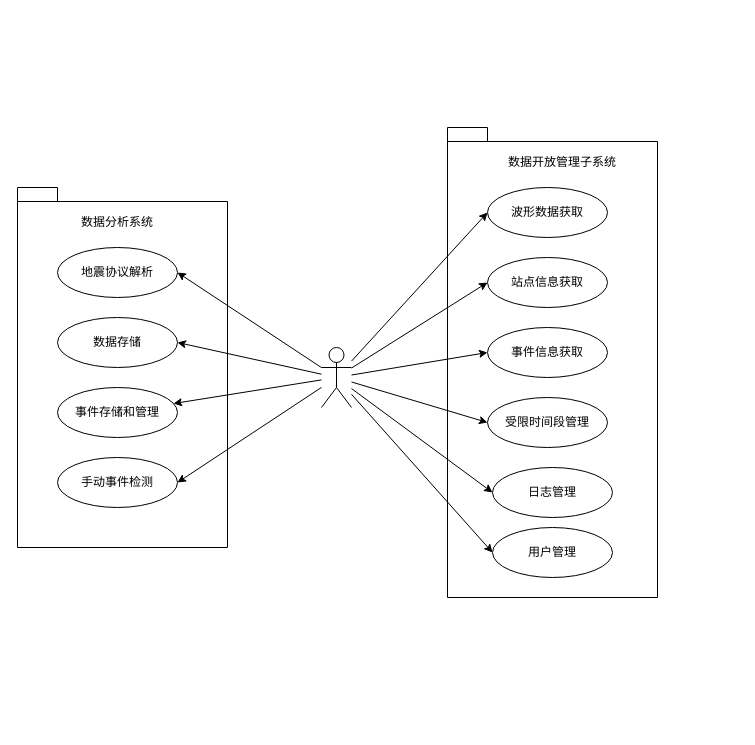
This is 管理系统/总体需求用例图.drawio from Diend-7/-, a draw.io file, before an edit. Source tidied: cells renumbered, new cells numbered last; positions are measured from the earlier drawing's top-left corner, leaving out a move shared by most shapes. Both pictures are drawn from the tidied source at 100%, with x=0, y=0 at pixel (17, 127).
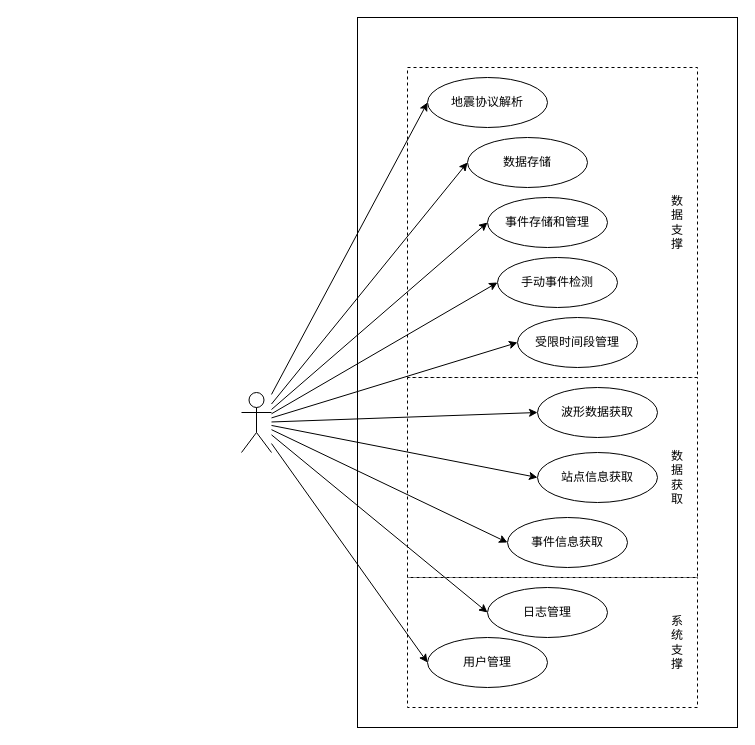
Above is the later version.

Commit message:
更新总体需求用例图.drawio

Change to the diagram source:
```diff
@@
-    <mxCell id="2" style="shape=folder;fontStyle=1;spacingTop=10;tabWidth=40;tabHeight=14;tabPosition=left;html=1;whiteSpace=wrap;" parent="1" vertex="1">
-      <mxGeometry x="430" width="210" height="470" as="geometry" />
-    </mxCell>
-    <mxCell id="3" style="shape=folder;fontStyle=1;spacingTop=10;tabWidth=40;tabHeight=14;tabPosition=left;html=1;whiteSpace=wrap;" parent="1" vertex="1">
-      <mxGeometry y="60" width="210" height="360" as="geometry" />
-    </mxCell>
+    <mxCell id="27" style="rounded=0;whiteSpace=wrap;html=1;" parent="1" vertex="1">
+      <mxGeometry x="340" y="-110" width="380" height="710" as="geometry" />
+    </mxCell>
+    <mxCell id="28" style="rounded=0;whiteSpace=wrap;html=1;dashed=1;" parent="1" vertex="1">
+      <mxGeometry x="390" y="450" width="290" height="130" as="geometry" />
+    </mxCell>
+    <mxCell id="29" style="rounded=0;whiteSpace=wrap;html=1;dashed=1;" parent="1" vertex="1">
+      <mxGeometry x="390" y="250" width="290" height="200" as="geometry" />
+    </mxCell>
+    <mxCell id="30" style="rounded=0;whiteSpace=wrap;html=1;dashed=1;" parent="1" vertex="1">
+      <mxGeometry x="390" y="-60" width="290" height="310" as="geometry" />
+    </mxCell>
+    <mxCell id="8" style="rounded=0;jettySize=auto;html=1;entryX=0;entryY=0.5;entryDx=0;entryDy=0;" parent="1" edge="1" source="14" target="20">
+      <mxGeometry relative="1" as="geometry" />
+    </mxCell>
+    <mxCell id="9" style="rounded=0;jettySize=auto;html=1;entryX=0;entryY=0.5;entryDx=0;entryDy=0;" parent="1" edge="1" source="14" target="21">
+      <mxGeometry relative="1" as="geometry" />
+    </mxCell>
+    <mxCell id="10" style="rounded=0;jettySize=auto;html=1;entryX=0;entryY=0.5;entryDx=0;entryDy=0;" parent="1" edge="1" source="14" target="23">
+      <mxGeometry relative="1" as="geometry" />
+    </mxCell>
+    <mxCell id="12" style="rounded=0;jettySize=auto;html=1;entryX=0;entryY=0.5;entryDx=0;entryDy=0;" parent="1" edge="1" source="14" target="25">
+      <mxGeometry relative="1" as="geometry" />
+    </mxCell>
-    <mxCell id="4" style="rounded=0;jettySize=auto;html=1;entryX=1;entryY=0.5;entryDx=0;entryDy=0;" parent="1" edge="1" source="14" target="15">
+    <mxCell id="4" style="rounded=0;jettySize=auto;html=1;entryX=0;entryY=0.5;entryDx=0;entryDy=0;" parent="1" edge="1" source="14" target="15">
       <mxGeometry relative="1" as="geometry" />
     </mxCell>
-    <mxCell id="5" style="rounded=0;jettySize=auto;html=1;entryX=1;entryY=0.5;entryDx=0;entryDy=0;" parent="1" edge="1" source="14" target="16">
+    <mxCell id="5" style="rounded=0;jettySize=auto;html=1;entryX=0;entryY=0.5;entryDx=0;entryDy=0;" parent="1" edge="1" source="14" target="16">
       <mxGeometry relative="1" as="geometry" />
     </mxCell>
-    <mxCell id="6" style="rounded=0;jettySize=auto;html=1;" parent="1" edge="1" source="14" target="18">
+    <mxCell id="6" style="rounded=0;jettySize=auto;html=1;entryX=0;entryY=0.5;entryDx=0;entryDy=0;" parent="1" edge="1" source="14" target="18">
       <mxGeometry relative="1" as="geometry" />
     </mxCell>
-    <mxCell id="7" style="rounded=0;jettySize=auto;html=1;entryX=1;entryY=0.5;entryDx=0;entryDy=0;" parent="1" edge="1" source="14" target="19">
+    <mxCell id="7" style="rounded=0;jettySize=auto;html=1;entryX=0;entryY=0.5;entryDx=0;entryDy=0;" parent="1" edge="1" source="14" target="19">
       <mxGeometry relative="1" as="geometry" />
     </mxCell>
-    <mxCell id="8" style="rounded=0;jettySize=auto;html=1;entryX=0;entryY=0.5;entryDx=0;entryDy=0;" parent="1" edge="1" source="14" target="20">
-      <mxGeometry relative="1" as="geometry" />
-    </mxCell>
-    <mxCell id="9" style="rounded=0;jettySize=auto;html=1;entryX=0;entryY=0.5;entryDx=0;entryDy=0;" parent="1" edge="1" source="14" target="21">
-      <mxGeometry relative="1" as="geometry" />
-    </mxCell>
-    <mxCell id="10" style="rounded=0;jettySize=auto;html=1;entryX=0;entryY=0.5;entryDx=0;entryDy=0;" parent="1" edge="1" source="14" target="23">
-      <mxGeometry relative="1" as="geometry" />
-    </mxCell>
@@
-    <mxCell id="12" style="rounded=0;jettySize=auto;html=1;entryX=0;entryY=0.5;entryDx=0;entryDy=0;" parent="1" edge="1" source="14" target="25">
-      <mxGeometry relative="1" as="geometry" />
-    </mxCell>
-    <mxCell id="13" style="rounded=0;jettySize=auto;html=1;entryX=0;entryY=0.5;entryDx=0;entryDy=0;" parent="1" edge="1" source="14" target="26">
-      <mxGeometry relative="1" as="geometry" />
-    </mxCell>
     <mxCell id="14" style="shape=umlActor;verticalLabelPosition=bottom;verticalAlign=top;html=1;outlineConnect=0;" parent="1" vertex="1">
-      <mxGeometry x="304" y="220" width="30" height="60" as="geometry" />
+      <mxGeometry x="224" y="265" width="30" height="60" as="geometry" />
     </mxCell>
     <mxCell id="15" value="地震协议解析" style="ellipse;whiteSpace=wrap;html=1;" parent="1" vertex="1">
-      <mxGeometry x="40" y="120" width="120" height="50" as="geometry" />
+      <mxGeometry x="410" y="-50" width="120" height="50" as="geometry" />
     </mxCell>
     <mxCell id="16" value="数据存储" style="ellipse;whiteSpace=wrap;html=1;" parent="1" vertex="1">
-      <mxGeometry x="40" y="190" width="120" height="50" as="geometry" />
+      <mxGeometry x="450" y="10" width="120" height="50" as="geometry" />
     </mxCell>
-    <mxCell id="17" value="数据分析系统" style="text;html=1;align=center;verticalAlign=middle;whiteSpace=wrap;rounded=0;" parent="1" vertex="1">
-      <mxGeometry x="60" y="80" width="80" height="30" as="geometry" />
-    </mxCell>
     <mxCell id="18" value="事件存储和管理" style="ellipse;whiteSpace=wrap;html=1;" parent="1" vertex="1">
-      <mxGeometry x="40" y="260" width="120" height="50" as="geometry" />
+      <mxGeometry x="470" y="70" width="120" height="50" as="geometry" />
     </mxCell>
     <mxCell id="19" value="手动事件检测" style="ellipse;whiteSpace=wrap;html=1;" parent="1" vertex="1">
-      <mxGeometry x="40" y="330" width="120" height="50" as="geometry" />
+      <mxGeometry x="480" y="130" width="120" height="50" as="geometry" />
     </mxCell>
     <mxCell id="20" value="波形数据获取" style="ellipse;whiteSpace=wrap;html=1;" parent="1" vertex="1">
-      <mxGeometry x="470" y="60" width="120" height="50" as="geometry" />
+      <mxGeometry x="520" y="260" width="120" height="50" as="geometry" />
     </mxCell>
     <mxCell id="21" value="站点信息获取" style="ellipse;whiteSpace=wrap;html=1;" parent="1" vertex="1">
-      <mxGeometry x="470" y="130" width="120" height="50" as="geometry" />
+      <mxGeometry x="520" y="325" width="120" height="50" as="geometry" />
     </mxCell>
-    <mxCell id="22" value="数据开放管理子系统" style="text;html=1;align=center;verticalAlign=middle;whiteSpace=wrap;rounded=0;" parent="1" vertex="1">
-      <mxGeometry x="490" y="20" width="110" height="30" as="geometry" />
-    </mxCell>
     <mxCell id="23" value="事件信息获取" style="ellipse;whiteSpace=wrap;html=1;" parent="1" vertex="1">
-      <mxGeometry x="470" y="200" width="120" height="50" as="geometry" />
+      <mxGeometry x="490" y="390" width="120" height="50" as="geometry" />
     </mxCell>
     <mxCell id="24" value="受限时间段管理" style="ellipse;whiteSpace=wrap;html=1;" parent="1" vertex="1">
-      <mxGeometry x="470" y="270" width="120" height="50" as="geometry" />
+      <mxGeometry x="500" y="190" width="120" height="50" as="geometry" />
     </mxCell>
     <mxCell id="25" value="日志管理" style="ellipse;whiteSpace=wrap;html=1;" parent="1" vertex="1">
-      <mxGeometry x="475" y="340" width="120" height="50" as="geometry" />
+      <mxGeometry x="470" y="460" width="120" height="50" as="geometry" />
     </mxCell>
     <mxCell id="26" value="用户管理" style="ellipse;whiteSpace=wrap;html=1;" parent="1" vertex="1">
-      <mxGeometry x="475" y="400" width="120" height="50" as="geometry" />
+      <mxGeometry x="410" y="510" width="120" height="50" as="geometry" />
     </mxCell>
+    <mxCell id="13" style="rounded=0;jettySize=auto;html=1;entryX=0;entryY=0.5;entryDx=0;entryDy=0;" parent="1" edge="1" source="14" target="26">
+      <mxGeometry relative="1" as="geometry" />
+    </mxCell>
+    <mxCell id="31" value="数&lt;div&gt;据&lt;/div&gt;&lt;div&gt;支&lt;/div&gt;&lt;div&gt;撑&lt;/div&gt;" style="text;html=1;align=center;verticalAlign=middle;whiteSpace=wrap;rounded=0;" parent="1" vertex="1">
+      <mxGeometry x="630" y="80" width="60" height="30" as="geometry" />
+    </mxCell>
+    <mxCell id="32" value="数&lt;div&gt;据&lt;/div&gt;&lt;div&gt;获&lt;/div&gt;&lt;div&gt;取&lt;/div&gt;" style="text;html=1;align=center;verticalAlign=middle;whiteSpace=wrap;rounded=0;" parent="1" vertex="1">
+      <mxGeometry x="630" y="335" width="60" height="30" as="geometry" />
+    </mxCell>
+    <mxCell id="33" value="&lt;div&gt;系&lt;/div&gt;&lt;div&gt;统&lt;/div&gt;&lt;div&gt;支&lt;/div&gt;&lt;div&gt;撑&lt;/div&gt;" style="text;html=1;align=center;verticalAlign=middle;whiteSpace=wrap;rounded=0;" parent="1" vertex="1">
+      <mxGeometry x="630" y="500" width="60" height="30" as="geometry" />
+    </mxCell>
```
